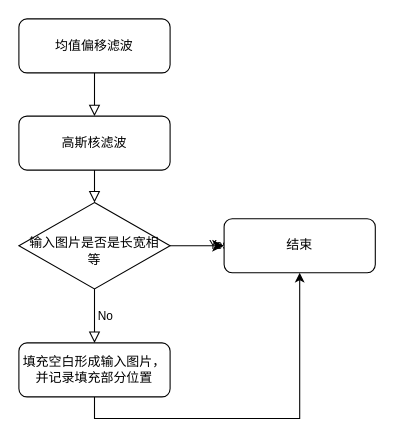
This is yuchuli.drawio from kuirh/xmldaotu, a draw.io file, before an edit. Source tidied: cells renumbered, new cells numbered last; positions are measured from the earlier drawing's top-left corner, leaving out a move shared by most shapes. Both pictures are drawn from the tidied source at 108%, with x=0, y=0 at pixel (18, 18).
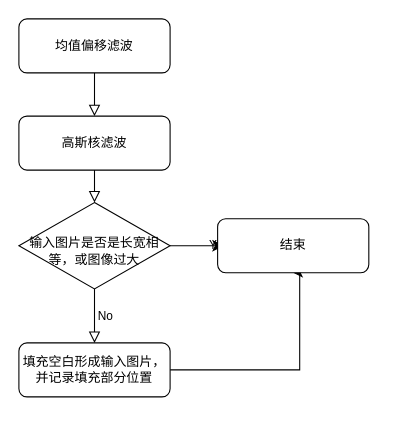
The same diagram, later.

What changed in the source:
```diff
@@
 <mxGraphModel>
   <root>
     <mxCell id="0" />
     <mxCell id="1" parent="0" />
     <mxCell id="2" style="rounded=0;html=1;jettySize=auto;fontSize=11;endArrow=block;endFill=0;endSize=8;strokeWidth=1;shadow=0;labelBackgroundColor=none;edgeStyle=orthogonalEdgeStyle;entryX=0.5;entryY=0;entryDx=0;entryDy=0;" parent="1" edge="1" source="3" target="9">
       <mxGeometry relative="1" as="geometry" />
     </mxCell>
     <mxCell id="3" value="均值偏移滤波" style="rounded=1;whiteSpace=wrap;html=1;fontSize=12;glass=0;strokeWidth=1;shadow=0;" parent="1" vertex="1">
       <mxGeometry width="140" height="50" as="geometry" />
     </mxCell>
     <mxCell id="4" value="Yes" style="rounded=0;html=1;jettySize=auto;fontSize=11;endArrow=classic;endFill=1;endSize=8;strokeWidth=1;shadow=0;labelBackgroundColor=none;edgeStyle=orthogonalEdgeStyle;" parent="1" edge="1" source="6">
       <mxGeometry y="20" relative="1" as="geometry">
         <mxPoint x="190" y="210" as="targetPoint" />
       </mxGeometry>
     </mxCell>
     <mxCell id="5" value="No" style="edgeStyle=orthogonalEdgeStyle;rounded=0;html=1;jettySize=auto;fontSize=11;endArrow=block;endFill=0;endSize=8;strokeWidth=1;shadow=0;labelBackgroundColor=none;" parent="1" edge="1" source="6" target="8">
       <mxGeometry y="10" relative="1" as="geometry" />
     </mxCell>
-    <mxCell id="6" value="&lt;br&gt;输入图片是否是长宽相等" style="rhombus;whiteSpace=wrap;html=1;shadow=0;fontFamily=Helvetica;fontSize=12;align=center;strokeWidth=1;spacing=6;spacingTop=-4;" parent="1" vertex="1">
+    <mxCell id="6" value="&lt;br&gt;输入图片是否是长宽相等，或图像过大" style="rhombus;whiteSpace=wrap;html=1;shadow=0;fontFamily=Helvetica;fontSize=12;align=center;strokeWidth=1;spacing=6;spacingTop=-4;" parent="1" vertex="1">
       <mxGeometry y="170" width="140" height="80" as="geometry" />
     </mxCell>
-    <mxCell id="7" style="edgeStyle=orthogonalEdgeStyle;rounded=0;jettySize=auto;html=1;exitX=0.5;exitY=1;exitDx=0;exitDy=0;entryX=0.5;entryY=1;entryDx=0;entryDy=0;" parent="1" edge="1" source="8" target="11">
-      <mxGeometry relative="1" as="geometry" />
+    <mxCell id="7" style="edgeStyle=orthogonalEdgeStyle;rounded=0;jettySize=auto;html=1;exitX=1;exitY=0.5;exitDx=0;exitDy=0;entryX=0.5;entryY=1;entryDx=0;entryDy=0;" parent="1" edge="1" source="8" target="11">
+      <mxGeometry relative="1" as="geometry">
+        <Array as="points">
+          <mxPoint x="260" y="325" />
+        </Array>
+      </mxGeometry>
     </mxCell>
     <mxCell id="8" value="填充空白形成输入图片，并记录填充部分位置" style="rounded=1;whiteSpace=wrap;html=1;fontSize=12;glass=0;strokeWidth=1;shadow=0;" parent="1" vertex="1">
       <mxGeometry y="300" width="140" height="50" as="geometry" />
     </mxCell>
     <mxCell id="9" value="高斯核滤波" style="rounded=1;whiteSpace=wrap;html=1;fontSize=12;glass=0;strokeWidth=1;shadow=0;" parent="1" vertex="1">
       <mxGeometry y="90" width="140" height="50" as="geometry" />
     </mxCell>
     <mxCell id="10" style="rounded=0;html=1;jettySize=auto;fontSize=11;endArrow=block;endFill=0;endSize=8;strokeWidth=1;shadow=0;labelBackgroundColor=none;edgeStyle=orthogonalEdgeStyle;entryX=0.5;entryY=0;entryDx=0;entryDy=0;exitX=0.5;exitY=1;exitDx=0;exitDy=0;" parent="1" edge="1" source="9" target="6">
       <mxGeometry relative="1" as="geometry" />
     </mxCell>
     <mxCell id="11" value="结束" style="rounded=1;whiteSpace=wrap;html=1;fontSize=12;glass=0;strokeWidth=1;shadow=0;" parent="1" vertex="1">
-      <mxGeometry x="190" y="185" width="140" height="50" as="geometry" />
+      <mxGeometry x="184" y="185" width="140" height="50" as="geometry" />
     </mxCell>
   </root>
 </mxGraphModel>
```
